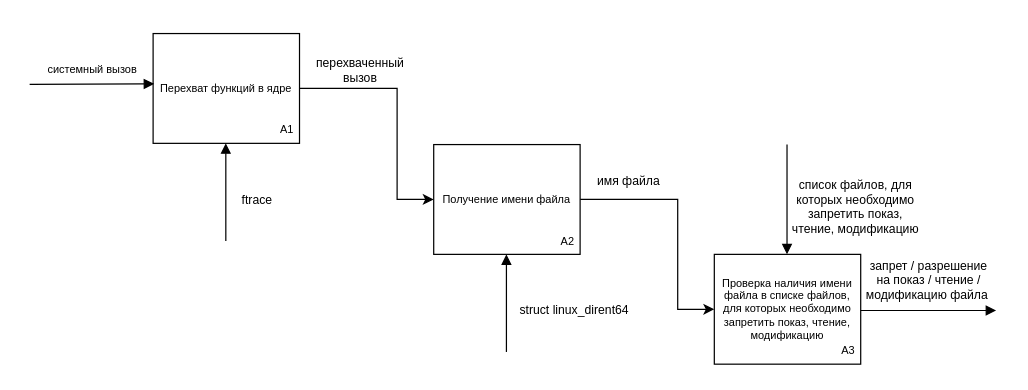
This is page "idef0_1" (4 of 6) of Diagrams.drawio from tatarinova0903/bmstu_os_course, a draw.io file, before an edit. Source tidied: cells renumbered, new cells numbered last; positions are measured from the earlier drawing's top-left corner, leaving out a move shared by most shapes. Both pictures are drawn from the tidied source at 122%, with x=0, y=0 at pixel (30, 33).
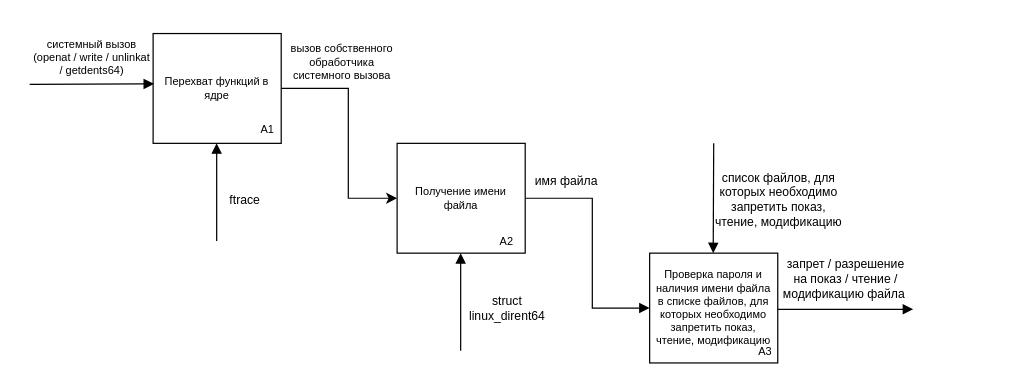
The same page after the edit.

What changed in the source:
```diff
@@
     <mxCell id="2" style="edgeStyle=orthogonalEdgeStyle;rounded=0;jettySize=auto;html=1;entryX=0;entryY=0.5;entryDx=0;entryDy=0;" parent="1" edge="1" source="3" target="8">
       <mxGeometry relative="1" as="geometry">
         <Array as="points">
-          <mxPoint x="300" y="45" />
-          <mxPoint x="300" y="136" />
+          <mxPoint x="260" y="45" />
+          <mxPoint x="260" y="135" />
         </Array>
       </mxGeometry>
     </mxCell>
     <mxCell id="3" value="Перехват функций в ядре" style="rounded=0;whiteSpace=wrap;html=1;fontSize=9;" parent="1" vertex="1">
-      <mxGeometry x="100" width="120" height="90" as="geometry" />
+      <mxGeometry x="100" width="105" height="90" as="geometry" />
     </mxCell>
-    <mxCell id="4" style="endArrow=block;html=1;rounded=0;entryX=0.007;entryY=0.458;entryDx=0;entryDy=0;endFill=1;entryPerimeter=0;fontSize=9;exitX=-0.012;exitY=1.086;exitDx=0;exitDy=0;exitPerimeter=0;" parent="1" edge="1" source="5" target="3">
-      <mxGeometry relative="1" as="geometry" />
+    <mxCell id="4" style="endArrow=block;html=1;rounded=0;entryX=0.007;entryY=0.458;entryDx=0;entryDy=0;endFill=1;entryPerimeter=0;fontSize=9;exitX=-0.012;exitY=1.086;exitDx=0;exitDy=0;exitPerimeter=0;" parent="1" edge="1" target="3">
+      <mxGeometry relative="1" as="geometry">
+        <mxPoint x="-1.2" y="41.7" as="sourcePoint" />
+      </mxGeometry>
     </mxCell>
-    <mxCell id="5" value="системный вызов" style="text;html=1;align=center;verticalAlign=middle;points=[];strokeColor=none;fillColor=none;fontSize=9;" parent="1" vertex="1">
-      <mxGeometry y="20" width="100" height="20" as="geometry" />
-    </mxCell>
     <mxCell id="6" value="A1" style="text;html=1;strokeColor=none;fillColor=none;align=center;verticalAlign=middle;whiteSpace=wrap;rounded=0;fontSize=9;" parent="1" vertex="1">
-      <mxGeometry x="180" y="64" width="60" height="30" as="geometry" />
+      <mxGeometry x="164" y="64" width="60" height="30" as="geometry" />
     </mxCell>
-    <mxCell id="7" style="edgeStyle=orthogonalEdgeStyle;rounded=0;jettySize=auto;html=1;entryX=0;entryY=0.5;entryDx=0;entryDy=0;" parent="1" edge="1" source="8" target="13">
+    <mxCell id="7" style="edgeStyle=orthogonalEdgeStyle;rounded=0;jettySize=auto;html=1;entryX=0;entryY=0.5;entryDx=0;entryDy=0;endArrow=block;endFill=1;" parent="1" edge="1" source="8" target="13">
       <mxGeometry relative="1" as="geometry">
         <Array as="points">
-          <mxPoint x="530" y="136" />
-          <mxPoint x="530" y="226" />
+          <mxPoint x="460" y="135" />
+          <mxPoint x="460" y="225" />
         </Array>
       </mxGeometry>
     </mxCell>
     <mxCell id="8" value="Получение имени файла" style="rounded=0;whiteSpace=wrap;html=1;fontSize=9;" parent="1" vertex="1">
-      <mxGeometry x="330" y="91" width="120" height="90" as="geometry" />
+      <mxGeometry x="300" y="90" width="105" height="90" as="geometry" />
     </mxCell>
-    <mxCell id="9" value="A2" style="text;html=1;strokeColor=none;fillColor=none;align=center;verticalAlign=middle;whiteSpace=wrap;rounded=0;fontSize=9;" parent="1" vertex="1">
-      <mxGeometry x="410" y="156" width="60" height="30" as="geometry" />
-    </mxCell>
-    <mxCell id="10" value="&lt;div style=&quot;font-size: 10px;&quot;&gt;&lt;span style=&quot;font-size: 10px; background-color: initial;&quot;&gt;перехваченный вызов&lt;/span&gt;&lt;/div&gt;" style="rounded=0;whiteSpace=wrap;html=1;align=center;strokeWidth=0;opacity=0;fontSize=10;" parent="1" vertex="1">
-      <mxGeometry x="220" width="100" height="60" as="geometry" />
+    <mxCell id="10" value="&lt;div style=&quot;font-size: 9px;&quot;&gt;вызов собственного обработчика системного вызова&lt;/div&gt;" style="rounded=0;whiteSpace=wrap;html=1;align=center;strokeWidth=0;opacity=0;fontSize=9;" parent="1" vertex="1">
+      <mxGeometry x="205" y="-6" width="100" height="60" as="geometry" />
     </mxCell>
     <mxCell id="11" style="endArrow=block;html=1;rounded=0;endFill=1;entryX=0.25;entryY=1;entryDx=0;entryDy=0;fontSize=10;" parent="1" edge="1">
       <mxGeometry relative="1" as="geometry">
-        <mxPoint x="389.6" y="261" as="sourcePoint" />
-        <mxPoint x="389.6" y="181" as="targetPoint" />
+        <mxPoint x="352.1" y="260" as="sourcePoint" />
+        <mxPoint x="352.1" y="180" as="targetPoint" />
       </mxGeometry>
     </mxCell>
-    <mxCell id="12" value="struct linux_dirent64" style="text;html=1;align=center;verticalAlign=middle;strokeColor=none;fillColor=none;fontSize=10;" parent="1" vertex="1">
-      <mxGeometry x="390" y="211" width="110" height="30" as="geometry" />
+    <mxCell id="12" value="struct &lt;br&gt;linux_dirent64" style="text;html=1;align=center;verticalAlign=middle;strokeColor=none;fillColor=none;fontSize=10;" parent="1" vertex="1">
+      <mxGeometry x="345" y="205" width="90" height="40" as="geometry" />
     </mxCell>
-    <mxCell id="13" value="Проверка наличия имени файла в&amp;nbsp;списке файлов, для которых необходимо запретить показ, чтение, модификацию" style="rounded=0;whiteSpace=wrap;html=1;fontSize=9;" parent="1" vertex="1">
-      <mxGeometry x="560" y="181" width="120" height="90" as="geometry" />
+    <mxCell id="13" value="Проверка пароля и наличия имени файла в&amp;nbsp;списке файлов, для которых необходимо запретить показ, чтение, модификацию" style="rounded=0;whiteSpace=wrap;html=1;fontSize=9;" parent="1" vertex="1">
+      <mxGeometry x="507" y="180" width="105" height="90" as="geometry" />
     </mxCell>
     <mxCell id="14" value="&lt;div style=&quot;font-size: 10px;&quot;&gt;&lt;span style=&quot;font-size: 10px; background-color: initial;&quot;&gt;имя файла&lt;/span&gt;&lt;/div&gt;" style="rounded=0;whiteSpace=wrap;html=1;align=center;strokeWidth=0;opacity=0;fontSize=10;" parent="1" vertex="1">
-      <mxGeometry x="440" y="91" width="100" height="60" as="geometry" />
+      <mxGeometry x="389" y="91" width="100" height="60" as="geometry" />
     </mxCell>
     <mxCell id="15" value="A3" style="text;html=1;strokeColor=none;fillColor=none;align=center;verticalAlign=middle;whiteSpace=wrap;rounded=0;fontSize=9;" parent="1" vertex="1">
-      <mxGeometry x="640" y="245" width="60" height="30" as="geometry" />
+      <mxGeometry x="572" y="246" width="60" height="30" as="geometry" />
     </mxCell>
     <mxCell id="16" style="endArrow=block;html=1;rounded=0;endFill=1;fontSize=10;" parent="1" edge="1">
       <mxGeometry relative="1" as="geometry">
-        <mxPoint x="619.6" y="91" as="sourcePoint" />
-        <mxPoint x="619.6" y="181" as="targetPoint" />
+        <mxPoint x="559.5" y="90" as="sourcePoint" />
+        <mxPoint x="559.1" y="180" as="targetPoint" />
       </mxGeometry>
     </mxCell>
     <mxCell id="17" value="&lt;div style=&quot;font-size: 10px;&quot;&gt;список файлов, для которых необходимо запретить показ, чтение, модификацию&lt;br style=&quot;font-size: 10px;&quot;&gt;&lt;/div&gt;" style="rounded=0;whiteSpace=wrap;html=1;align=center;strokeWidth=0;opacity=0;fontSize=10;" parent="1" vertex="1">
-      <mxGeometry x="623" y="112" width="106" height="60" as="geometry" />
+      <mxGeometry x="560" y="106" width="106" height="60" as="geometry" />
     </mxCell>
     <mxCell id="18" style="endArrow=block;html=1;rounded=0;endFill=1;exitX=0.997;exitY=0.451;exitDx=0;exitDy=0;exitPerimeter=0;fontSize=10;" parent="1" edge="1">
       <mxGeometry relative="1" as="geometry">
-        <mxPoint x="680" y="227" as="sourcePoint" />
-        <mxPoint x="791" y="227" as="targetPoint" />
+        <mxPoint x="612" y="226" as="sourcePoint" />
+        <mxPoint x="723" y="226" as="targetPoint" />
       </mxGeometry>
     </mxCell>
     <mxCell id="19" value="&lt;div style=&quot;font-size: 10px;&quot;&gt;&lt;span style=&quot;font-size: 10px; background-color: initial;&quot;&gt;запрет / разрешение на показ / чтение / модификацию файла&amp;nbsp;&lt;/span&gt;&lt;/div&gt;" style="rounded=0;whiteSpace=wrap;html=1;align=center;strokeWidth=0;opacity=0;fontSize=10;" parent="1" vertex="1">
-      <mxGeometry x="682" y="172" width="108" height="60" as="geometry" />
+      <mxGeometry x="614" y="171" width="108" height="60" as="geometry" />
     </mxCell>
     <mxCell id="20" value="ftrace" style="text;html=1;align=center;verticalAlign=middle;strokeColor=none;fillColor=none;fontSize=10;" parent="1" vertex="1">
-      <mxGeometry x="160" y="121" width="50" height="30" as="geometry" />
+      <mxGeometry x="150" y="121" width="50" height="30" as="geometry" />
     </mxCell>
     <mxCell id="21" style="endArrow=block;html=1;rounded=0;endFill=1;entryX=0.25;entryY=1;entryDx=0;entryDy=0;fontSize=10;" parent="1" edge="1">
       <mxGeometry relative="1" as="geometry">
-        <mxPoint x="159.6" y="170" as="sourcePoint" />
-        <mxPoint x="159.6" y="90" as="targetPoint" />
+        <mxPoint x="152.1" y="170" as="sourcePoint" />
+        <mxPoint x="152.1" y="90" as="targetPoint" />
       </mxGeometry>
     </mxCell>
+    <mxCell id="22" value="&lt;div style=&quot;font-size: 9px;&quot;&gt;системный вызов&lt;br style=&quot;border-color: var(--border-color); font-size: 9px;&quot;&gt;&lt;span style=&quot;font-size: 9px;&quot;&gt;(openat / write / unlinkat / getdents64)&lt;/span&gt;&lt;br style=&quot;font-size: 9px;&quot;&gt;&lt;/div&gt;" style="rounded=0;whiteSpace=wrap;html=1;align=center;strokeWidth=0;opacity=0;fontSize=9;" parent="1" vertex="1">
+      <mxGeometry y="-10" width="100" height="60" as="geometry" />
+    </mxCell>
+    <mxCell id="9" value="A2" style="text;html=1;strokeColor=none;fillColor=none;align=center;verticalAlign=middle;whiteSpace=wrap;rounded=0;fontSize=9;" parent="1" vertex="1">
+      <mxGeometry x="360" y="156" width="60" height="30" as="geometry" />
+    </mxCell>
```
